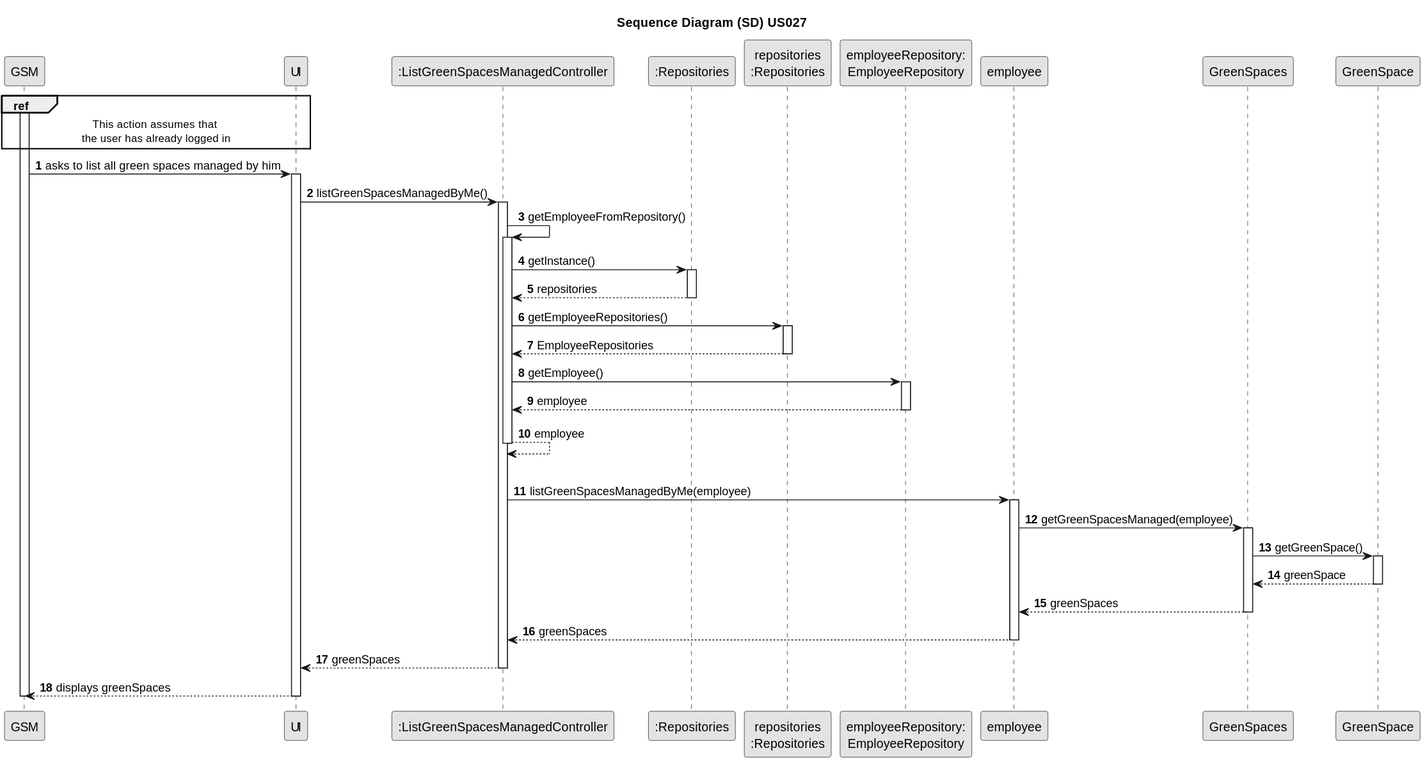
Before: docs/sprintC/US027/03.design/svg/us027-sequence-diagram-full.svg, a diagram exported from PlantUML (LopemigueISEP/lei-24-s2-1nb-g312).
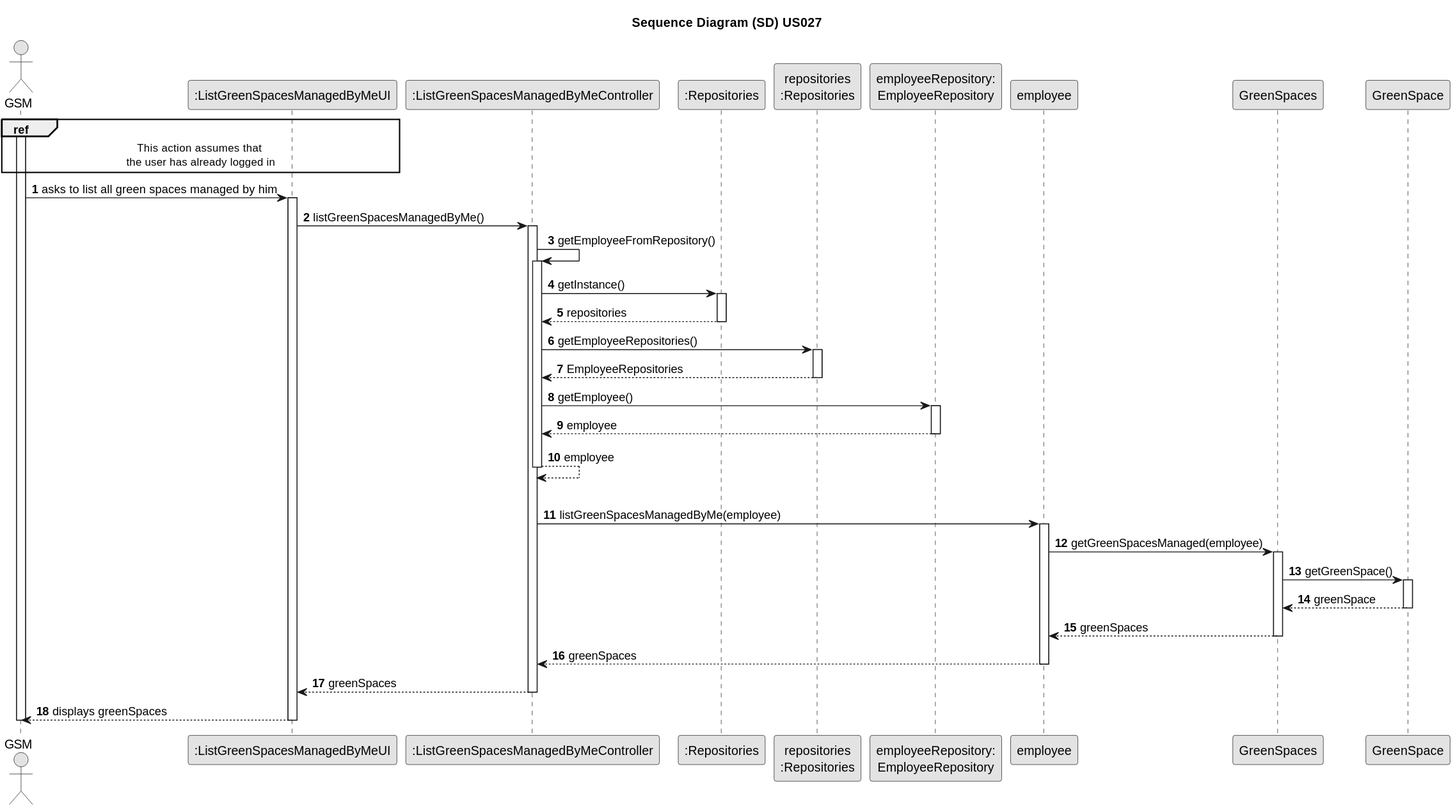
The same file after the commit.

What changed in the source:
```diff
@@ -6,18 +6,20 @@
 autonumber
 
 title Sequence Diagram (SD) US027
-ref over GSM, UI : This action assumes that \nthe user has already logged in
 
 
 actor "GSM" as GSM
-participant ":ListGreenSpacesManagedUI" as UI
-participant ":ListGreenSpacesManagedController" as CTRL
+participant ":ListGreenSpacesManagedByMeUI" as UI
+participant ":ListGreenSpacesManagedByMeController" as CTRL
 participant ":Repositories" as RepositorySingleton
 participant "repositories\n:Repositories" as PLAT
 participant "employeeRepository:\nEmployeeRepository" as EmployeeRepository
 participant "employee" as employee
 participant "GreenSpaces" as GreenSpaces
 participant "GreenSpace" as GreenSpace
+
+ref over GSM, UI : This action assumes that \nthe user has already logged in
+
 
 activate GSM
 
```
